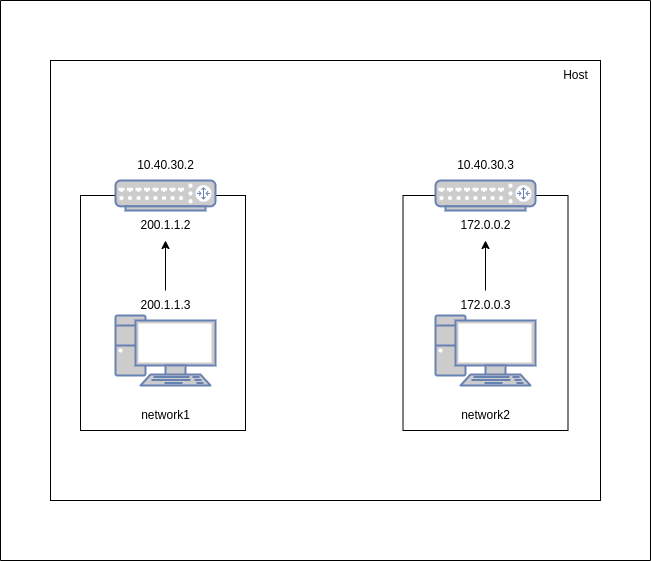
Above: docker-nat.png in barsaskn/docker-nat (draw.io), before the change. Source tidied: cells renumbered, new cells last; positions are measured from the earlier drawing's top-left corner, leaving out a move shared by most shapes. The source it was exported from:
```xml
<mxGraphModel>
  <root>
    <mxCell id="0" />
    <mxCell id="1" parent="0" />
    <mxCell id="2" style="rounded=0;whiteSpace=wrap;html=1;fillColor=none;" parent="1" vertex="1">
      <mxGeometry x="402.5" y="195" width="165" height="235" as="geometry" />
    </mxCell>
    <mxCell id="3" style="rounded=0;whiteSpace=wrap;html=1;fillColor=none;" parent="1" vertex="1">
      <mxGeometry x="50" y="60" width="550" height="440" as="geometry" />
    </mxCell>
    <mxCell id="4" style="rounded=0;whiteSpace=wrap;html=1;fillColor=none;" parent="1" vertex="1">
      <mxGeometry x="80" y="195" width="165" height="235" as="geometry" />
    </mxCell>
    <mxCell id="5" style="fontColor=#0066CC;verticalAlign=top;verticalLabelPosition=bottom;labelPosition=center;align=center;html=1;fillColor=#CCCCCC;strokeColor=#6881B3;gradientColor=none;gradientDirection=north;strokeWidth=2;shape=mxgraph.networks.router;" parent="1" vertex="1">
      <mxGeometry x="115" y="180" width="100" height="30" as="geometry" />
    </mxCell>
    <mxCell id="6" style="fontColor=#0066CC;verticalAlign=top;verticalLabelPosition=bottom;labelPosition=center;align=center;html=1;fillColor=#CCCCCC;strokeColor=#6881B3;gradientColor=none;gradientDirection=north;strokeWidth=2;shape=mxgraph.networks.router;" parent="1" vertex="1">
      <mxGeometry x="435" y="180" width="100" height="30" as="geometry" />
    </mxCell>
    <mxCell id="7" style="fontColor=#0066CC;verticalAlign=top;verticalLabelPosition=bottom;labelPosition=center;align=center;html=1;fillColor=#CCCCCC;strokeColor=#6881B3;gradientColor=none;gradientDirection=north;strokeWidth=2;shape=mxgraph.networks.pc;" parent="1" vertex="1">
      <mxGeometry x="115" y="315" width="100" height="70" as="geometry" />
    </mxCell>
    <mxCell id="8" style="fontColor=#0066CC;verticalAlign=top;verticalLabelPosition=bottom;labelPosition=center;align=center;html=1;fillColor=#CCCCCC;strokeColor=#6881B3;gradientColor=none;gradientDirection=north;strokeWidth=2;shape=mxgraph.networks.pc;" parent="1" vertex="1">
      <mxGeometry x="435" y="315" width="100" height="70" as="geometry" />
    </mxCell>
    <mxCell id="9" value="10.40.30.2" style="text;html=1;align=center;verticalAlign=middle;strokeColor=none;fillColor=none;" parent="1" vertex="1">
      <mxGeometry x="125" y="150" width="80" height="30" as="geometry" />
    </mxCell>
    <mxCell id="10" value="10.40.30.3" style="text;html=1;align=center;verticalAlign=middle;strokeColor=none;fillColor=none;" parent="1" vertex="1">
      <mxGeometry x="445" y="150" width="80" height="30" as="geometry" />
    </mxCell>
    <mxCell id="11" value="172.0.0.2" style="text;html=1;align=center;verticalAlign=middle;points=[];strokeColor=none;fillColor=none;" parent="1" vertex="1">
      <mxGeometry x="450" y="210" width="70" height="30" as="geometry" />
    </mxCell>
    <mxCell id="12" value="200.1.1.2" style="text;html=1;align=center;verticalAlign=middle;points=[];strokeColor=none;fillColor=none;" parent="1" vertex="1">
      <mxGeometry x="130" y="210" width="70" height="30" as="geometry" />
    </mxCell>
    <mxCell id="13" style="edgeStyle=orthogonalEdgeStyle;rounded=0;jettySize=auto;html=1;entryX=0.5;entryY=1;entryDx=0;entryDy=0;entryPerimeter=0;" parent="1" edge="1" source="14" target="12">
      <mxGeometry relative="1" as="geometry" />
    </mxCell>
    <mxCell id="14" value="200.1.1.3" style="text;html=1;align=center;verticalAlign=middle;points=[];strokeColor=none;fillColor=none;" parent="1" vertex="1">
      <mxGeometry x="130" y="290" width="70" height="30" as="geometry" />
    </mxCell>
    <mxCell id="15" style="edgeStyle=orthogonalEdgeStyle;rounded=0;jettySize=auto;html=1;" parent="1" edge="1" source="16" target="11">
      <mxGeometry relative="1" as="geometry" />
    </mxCell>
    <mxCell id="16" value="172.0.0.3" style="text;html=1;align=center;verticalAlign=middle;points=[];strokeColor=none;fillColor=none;" parent="1" vertex="1">
      <mxGeometry x="450" y="290" width="70" height="30" as="geometry" />
    </mxCell>
    <mxCell id="17" value="network1" style="text;html=1;align=center;verticalAlign=middle;strokeColor=none;fillColor=none;" parent="1" vertex="1">
      <mxGeometry x="130" y="400" width="70" height="30" as="geometry" />
    </mxCell>
    <mxCell id="18" value="network2" style="text;html=1;align=center;verticalAlign=middle;strokeColor=none;fillColor=none;" parent="1" vertex="1">
      <mxGeometry x="450" y="400" width="70" height="30" as="geometry" />
    </mxCell>
    <mxCell id="19" style="swimlane;startSize=0;" parent="1" vertex="1" collapsed="1">
      <mxGeometry width="650" height="560" as="geometry" />
    </mxCell>
    <mxCell id="20" value="Host" style="text;html=1;align=center;verticalAlign=middle;strokeColor=none;fillColor=none;" parent="1" vertex="1">
      <mxGeometry x="550" y="60" width="50" height="30" as="geometry" />
    </mxCell>
  </root>
</mxGraphModel>
```
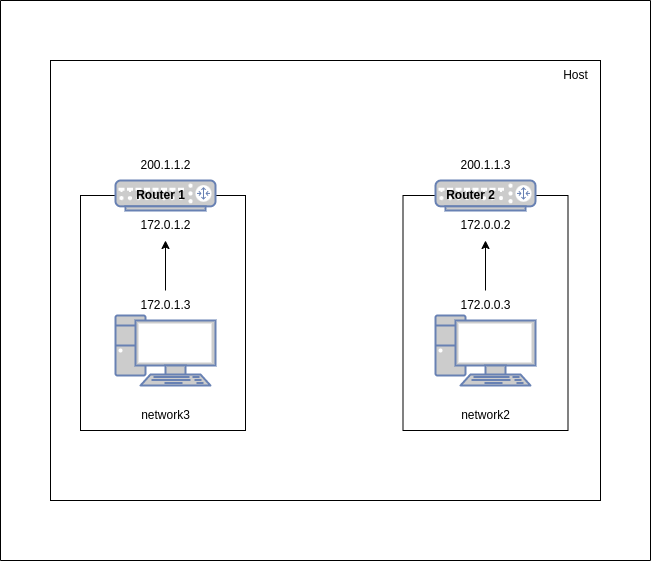
After the commit.

Commit message:
Router scripts added.

The edit, as a diff of the source:
```diff
@@ -23,22 +23,22 @@
     <mxCell id="8" style="fontColor=#0066CC;verticalAlign=top;verticalLabelPosition=bottom;labelPosition=center;align=center;html=1;fillColor=#CCCCCC;strokeColor=#6881B3;gradientColor=none;gradientDirection=north;strokeWidth=2;shape=mxgraph.networks.pc;" parent="1" vertex="1">
       <mxGeometry x="435" y="315" width="100" height="70" as="geometry" />
     </mxCell>
-    <mxCell id="9" value="10.40.30.2" style="text;html=1;align=center;verticalAlign=middle;strokeColor=none;fillColor=none;" parent="1" vertex="1">
-      <mxGeometry x="125" y="150" width="80" height="30" as="geometry" />
+    <mxCell id="9" value="200.1.1.2" style="text;html=1;align=center;verticalAlign=middle;strokeColor=none;fillColor=none;" parent="1" vertex="1">
+      <mxGeometry x="130" y="150" width="70" height="30" as="geometry" />
     </mxCell>
-    <mxCell id="10" value="10.40.30.3" style="text;html=1;align=center;verticalAlign=middle;strokeColor=none;fillColor=none;" parent="1" vertex="1">
-      <mxGeometry x="445" y="150" width="80" height="30" as="geometry" />
+    <mxCell id="10" value="200.1.1.3" style="text;html=1;align=center;verticalAlign=middle;strokeColor=none;fillColor=none;" parent="1" vertex="1">
+      <mxGeometry x="450" y="150" width="70" height="30" as="geometry" />
     </mxCell>
     <mxCell id="11" value="172.0.0.2" style="text;html=1;align=center;verticalAlign=middle;points=[];strokeColor=none;fillColor=none;" parent="1" vertex="1">
       <mxGeometry x="450" y="210" width="70" height="30" as="geometry" />
     </mxCell>
-    <mxCell id="12" value="200.1.1.2" style="text;html=1;align=center;verticalAlign=middle;points=[];strokeColor=none;fillColor=none;" parent="1" vertex="1">
+    <mxCell id="12" value="172.0.1.2" style="text;html=1;align=center;verticalAlign=middle;points=[];strokeColor=none;fillColor=none;" parent="1" vertex="1">
       <mxGeometry x="130" y="210" width="70" height="30" as="geometry" />
     </mxCell>
     <mxCell id="13" style="edgeStyle=orthogonalEdgeStyle;rounded=0;jettySize=auto;html=1;entryX=0.5;entryY=1;entryDx=0;entryDy=0;entryPerimeter=0;" parent="1" edge="1" source="14" target="12">
       <mxGeometry relative="1" as="geometry" />
     </mxCell>
-    <mxCell id="14" value="200.1.1.3" style="text;html=1;align=center;verticalAlign=middle;points=[];strokeColor=none;fillColor=none;" parent="1" vertex="1">
+    <mxCell id="14" value="172.0.1.3" style="text;html=1;align=center;verticalAlign=middle;points=[];strokeColor=none;fillColor=none;" parent="1" vertex="1">
       <mxGeometry x="130" y="290" width="70" height="30" as="geometry" />
     </mxCell>
     <mxCell id="15" style="edgeStyle=orthogonalEdgeStyle;rounded=0;jettySize=auto;html=1;" parent="1" edge="1" source="16" target="11">
@@ -47,7 +47,7 @@
     <mxCell id="16" value="172.0.0.3" style="text;html=1;align=center;verticalAlign=middle;points=[];strokeColor=none;fillColor=none;" parent="1" vertex="1">
       <mxGeometry x="450" y="290" width="70" height="30" as="geometry" />
     </mxCell>
-    <mxCell id="17" value="network1" style="text;html=1;align=center;verticalAlign=middle;strokeColor=none;fillColor=none;" parent="1" vertex="1">
+    <mxCell id="17" value="network3" style="text;html=1;align=center;verticalAlign=middle;strokeColor=none;fillColor=none;" parent="1" vertex="1">
       <mxGeometry x="130" y="400" width="70" height="30" as="geometry" />
     </mxCell>
     <mxCell id="18" value="network2" style="text;html=1;align=center;verticalAlign=middle;strokeColor=none;fillColor=none;" parent="1" vertex="1">
@@ -59,5 +59,11 @@
     <mxCell id="20" value="Host" style="text;html=1;align=center;verticalAlign=middle;strokeColor=none;fillColor=none;" parent="1" vertex="1">
       <mxGeometry x="550" y="60" width="50" height="30" as="geometry" />
     </mxCell>
+    <mxCell id="21" value="&lt;b&gt;&lt;font color=&quot;#000000&quot;&gt;Router 1&lt;/font&gt;&lt;/b&gt;" style="text;html=1;align=center;verticalAlign=middle;strokeColor=none;fillColor=none;" parent="1" vertex="1">
+      <mxGeometry x="125" y="180" width="70" height="30" as="geometry" />
+    </mxCell>
+    <mxCell id="22" value="&lt;b&gt;&lt;font color=&quot;#000000&quot;&gt;Router 2&lt;br&gt;&lt;/font&gt;&lt;/b&gt;" style="text;html=1;align=center;verticalAlign=middle;strokeColor=none;fillColor=none;" parent="1" vertex="1">
+      <mxGeometry x="435" y="180" width="70" height="30" as="geometry" />
+    </mxCell>
   </root>
 </mxGraphModel>
```
